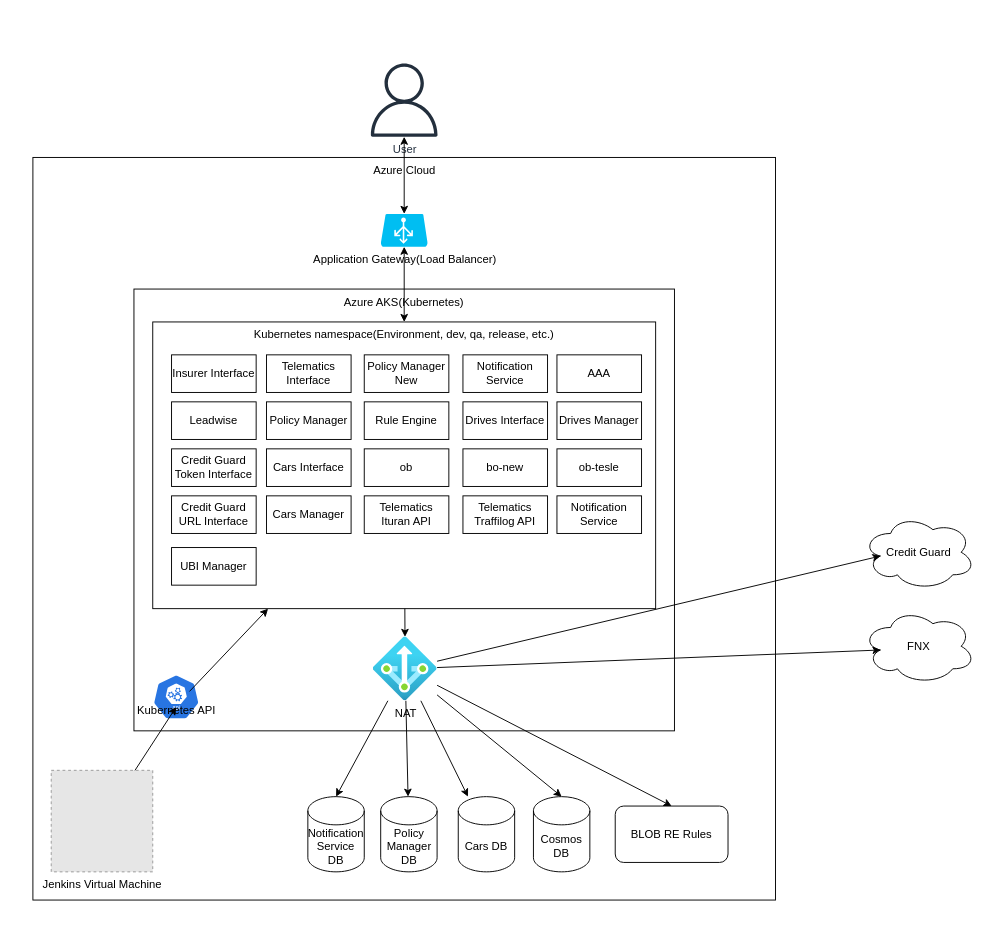
IIIRADIII/bambidiagram keeps this draw.io diagram as Untitled Diagram.drawio. Above is the earlier version. Source tidied: cells renumbered, new cells numbered last; positions are measured from the earlier drawing's top-left corner, leaving out a move shared by most shapes. Both pictures are drawn from the tidied source at 94%, with x=0, y=0 at pixel (33, 63). Pictures stored in the file or linked from it are replaced by grey dashed boxes.
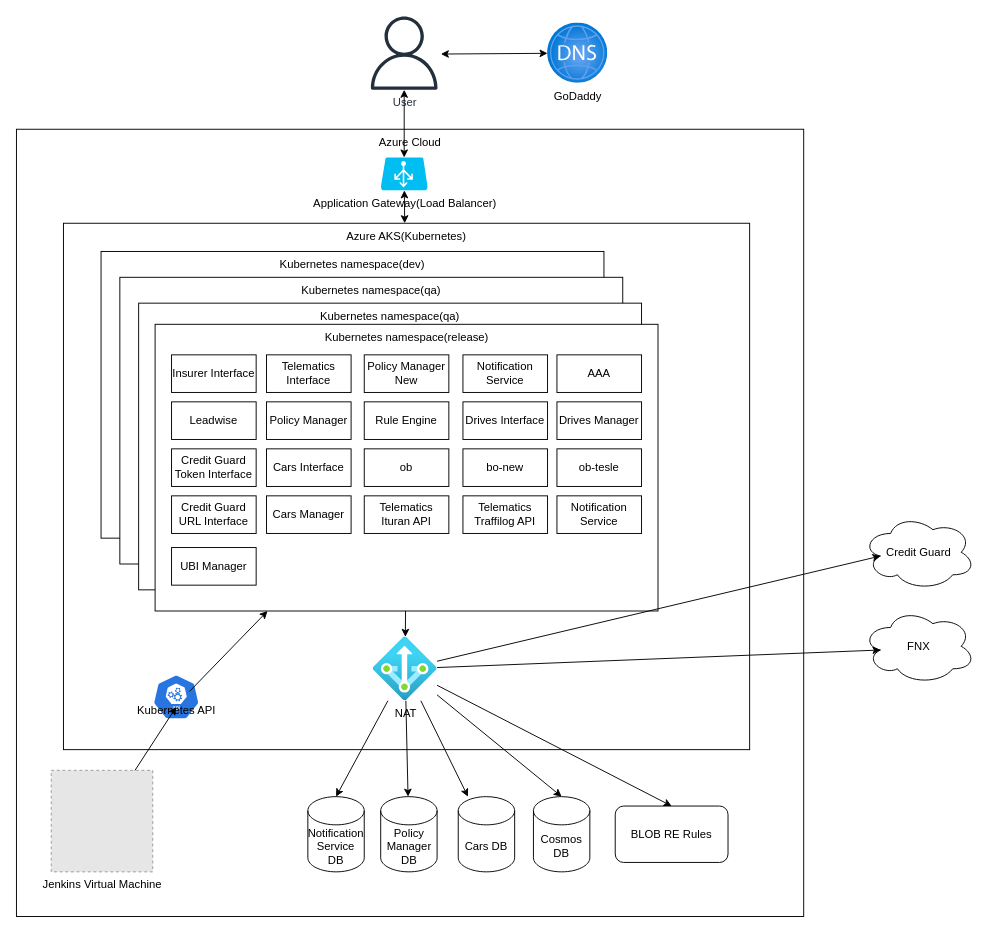
Above is the later version.

The edit, as a diff of the source:
```diff
@@
     <mxCell id="2" value="User" style="sketch=0;outlineConnect=0;fontColor=#232F3E;gradientColor=none;fillColor=#232F3D;strokeColor=none;dashed=0;verticalLabelPosition=bottom;verticalAlign=top;align=center;html=1;fontSize=12;fontStyle=0;shape=mxgraph.aws4.user;" parent="1" vertex="1">
-      <mxGeometry x="355.5" width="78" height="78" as="geometry" />
+      <mxGeometry x="355.5" y="-50" width="78" height="78" as="geometry" />
     </mxCell>
     <mxCell id="3" value="Azure Cloud" style="whiteSpace=wrap;html=1;verticalAlign=top;" parent="1" vertex="1">
-      <mxGeometry x="-0.5" y="100" width="790" height="790" as="geometry" />
+      <mxGeometry x="-18" y="70" width="837.5" height="837.5" as="geometry" />
     </mxCell>
     <mxCell id="4" value="Application Gateway(Load Balancer)" style="verticalLabelPosition=bottom;html=1;verticalAlign=top;align=center;strokeColor=none;fillColor=#00BEF2;shape=mxgraph.azure.azure_load_balancer;" parent="1" vertex="1">
-      <mxGeometry x="369.5" y="160" width="50" height="35" as="geometry" />
+      <mxGeometry x="369.5" y="100" width="50" height="35" as="geometry" />
     </mxCell>
     <mxCell id="5" value="Azure AKS(Kubernetes)" style="rounded=0;whiteSpace=wrap;html=1;labelBackgroundColor=none;verticalAlign=top;" parent="1" vertex="1">
-      <mxGeometry x="107" y="240" width="575" height="470" as="geometry" />
+      <mxGeometry x="32" y="170" width="730" height="560" as="geometry" />
     </mxCell>
+    <mxCell id="50" value="Kubernetes namespace(dev)" style="rounded=0;whiteSpace=wrap;html=1;labelBackgroundColor=none;verticalAlign=top;" parent="1" vertex="1">
+      <mxGeometry x="72" y="200" width="535" height="305" as="geometry" />
+    </mxCell>
+    <mxCell id="51" value="Kubernetes namespace(qa)" style="rounded=0;whiteSpace=wrap;html=1;labelBackgroundColor=none;verticalAlign=top;" parent="1" vertex="1">
+      <mxGeometry x="92" y="227.5" width="535" height="305" as="geometry" />
+    </mxCell>
+    <mxCell id="52" value="Kubernetes namespace(qa)" style="rounded=0;whiteSpace=wrap;html=1;labelBackgroundColor=none;verticalAlign=top;" parent="1" vertex="1">
+      <mxGeometry x="112" y="255" width="535" height="305" as="geometry" />
+    </mxCell>
-    <mxCell id="6" value="Kubernetes namespace(Environment, dev, qa, release, etc.)" style="rounded=0;whiteSpace=wrap;html=1;labelBackgroundColor=none;verticalAlign=top;" parent="1" vertex="1">
-      <mxGeometry x="127" y="275" width="535" height="305" as="geometry" />
+    <mxCell id="6" value="Kubernetes namespace(release)" style="rounded=0;whiteSpace=wrap;html=1;labelBackgroundColor=none;verticalAlign=top;" parent="1" vertex="1">
+      <mxGeometry x="129.5" y="277.5" width="535" height="305" as="geometry" />
     </mxCell>
@@
-    <mxCell id="8" style="endArrow=classic;startArrow=classic;html=1;rounded=0;" parent="1" edge="1" source="6" target="4">
-      <mxGeometry relative="1" as="geometry" />
+    <mxCell id="8" style="endArrow=classic;startArrow=classic;html=1;rounded=0;" parent="1" edge="1" target="4">
+      <mxGeometry relative="1" as="geometry">
+        <mxPoint x="395" y="170" as="sourcePoint" />
+      </mxGeometry>
     </mxCell>
@@
+    <mxCell id="53" value="GoDaddy" style="html=1;points=[];align=center;image;fontSize=12;image=img/lib/azure2/networking/DNS_Zones.svg;" parent="1" vertex="1">
+      <mxGeometry x="547" y="-43" width="64" height="64" as="geometry" />
+    </mxCell>
+    <mxCell id="54" style="endArrow=classic;startArrow=classic;html=1;rounded=0;" parent="1" edge="1" target="53">
+      <mxGeometry relative="1" as="geometry">
+        <mxPoint x="433.5" y="-10" as="sourcePoint" />
+      </mxGeometry>
+    </mxCell>
```
